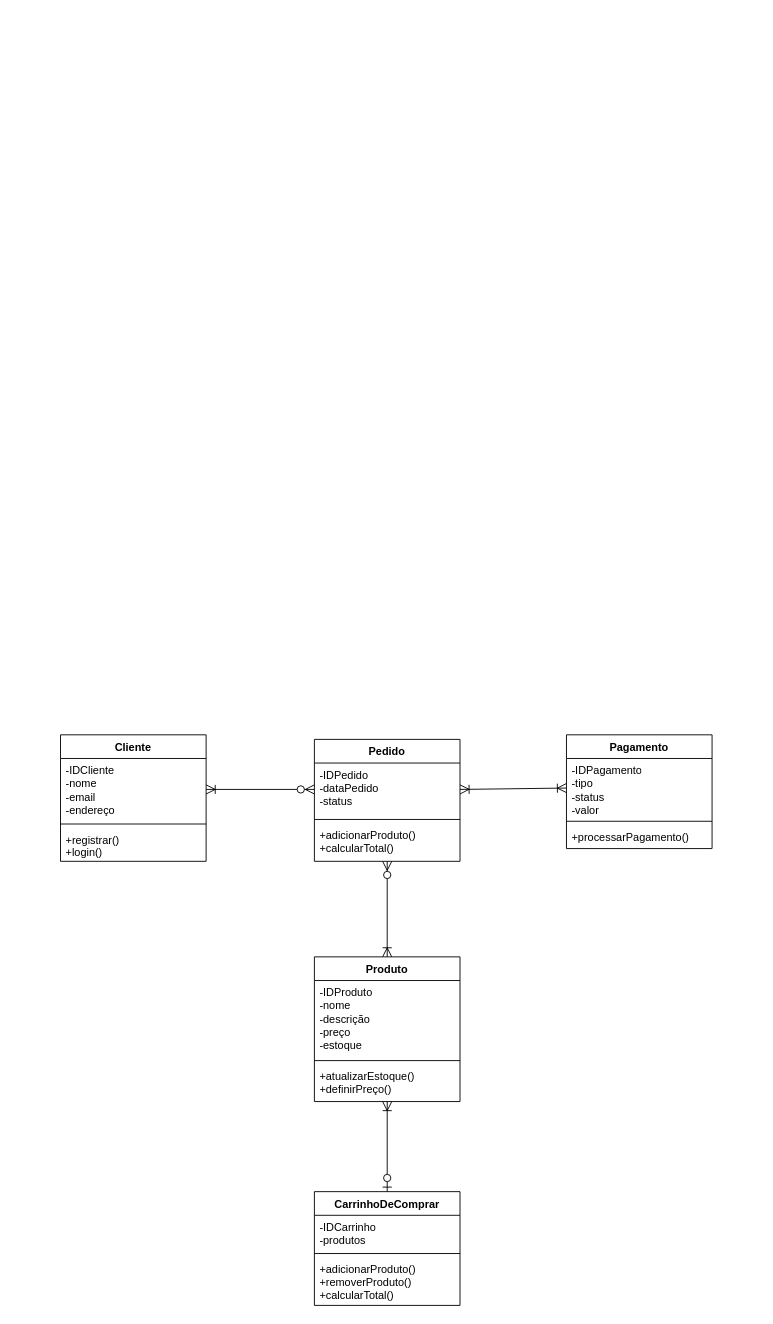
Before: page "DClasse - 02" (2 of 2) of DiagramaDeClasse.drawio in EvelinPaola/Diagramas-Senai-, a draw.io diagram. Source tidied: cells renumbered, new cells numbered last; positions are measured from the earlier drawing's top-left corner, leaving out a move shared by most shapes. Both pictures are drawn from the tidied source at 91%, with x=0, y=0 at pixel (60, 734).
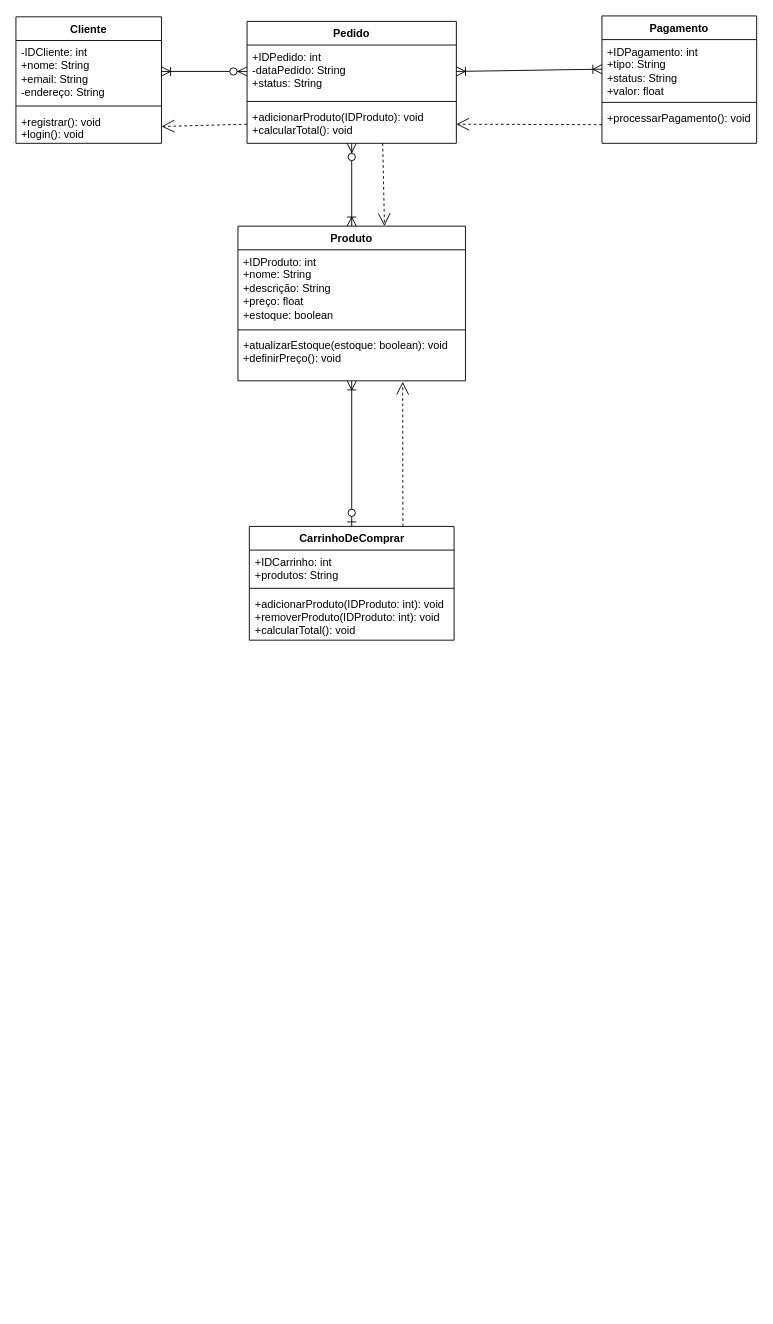
The same page after the edit.

What changed in the source:
```diff
@@
     <mxCell id="2" value="Produto" style="swimlane;fontStyle=1;align=center;verticalAlign=top;horizontal=1;startSize=26;whiteSpace=wrap;html=1;" parent="1" vertex="1">
-      <mxGeometry x="279" y="244" width="160" height="159" as="geometry" />
+      <mxGeometry x="195" y="-559" width="250" height="170" as="geometry" />
     </mxCell>
-    <mxCell id="3" value="-IDProduto&lt;div&gt;-nome&lt;/div&gt;&lt;div&gt;-descrição&lt;/div&gt;&lt;div&gt;-preço&lt;/div&gt;&lt;div&gt;-estoque&lt;/div&gt;" style="text;strokeColor=none;fillColor=none;align=left;verticalAlign=top;spacingLeft=4;spacingRight=4;overflow=hidden;whiteSpace=wrap;html=1;" parent="2" vertex="1">
-      <mxGeometry y="26" width="160" height="84" as="geometry" />
+    <mxCell id="3" value="+IDProduto: int&lt;div&gt;+nome: String&lt;/div&gt;&lt;div&gt;+descrição: String&lt;/div&gt;&lt;div&gt;+preço: float&lt;/div&gt;&lt;div&gt;+estoque: boolean&amp;nbsp;&lt;/div&gt;" style="text;strokeColor=none;fillColor=none;align=left;verticalAlign=top;spacingLeft=4;spacingRight=4;overflow=hidden;whiteSpace=wrap;html=1;" parent="2" vertex="1">
+      <mxGeometry y="26" width="250" height="84" as="geometry" />
     </mxCell>
     <mxCell id="4" style="line;strokeWidth=1;fillColor=none;align=left;verticalAlign=middle;spacingTop=-1;spacingLeft=3;spacingRight=3;labelPosition=right;strokeColor=inherit;" parent="2" vertex="1">
-      <mxGeometry y="110" width="160" height="8" as="geometry" />
+      <mxGeometry y="110" width="250" height="8" as="geometry" />
     </mxCell>
-    <mxCell id="5" value="+atualizarEstoque()&lt;div&gt;+definirPreço()&lt;/div&gt;" style="text;strokeColor=none;fillColor=none;align=left;verticalAlign=top;spacingLeft=4;spacingRight=4;overflow=hidden;points=[[0,0.5],[1,0.5]];portConstraint=eastwest;whiteSpace=wrap;html=1;" parent="2" vertex="1">
-      <mxGeometry y="118" width="160" height="41" as="geometry" />
+    <mxCell id="5" value="+atualizarEstoque(estoque: boolean): void&lt;div&gt;+definirPreço(): void&lt;/div&gt;" style="text;strokeColor=none;fillColor=none;align=left;verticalAlign=top;spacingLeft=4;spacingRight=4;overflow=hidden;points=[[0,0.5],[1,0.5]];portConstraint=eastwest;whiteSpace=wrap;html=1;" parent="2" vertex="1">
+      <mxGeometry y="118" width="250" height="52" as="geometry" />
     </mxCell>
     <mxCell id="6" value="Pedido" style="swimlane;fontStyle=1;align=center;verticalAlign=top;horizontal=1;startSize=26;whiteSpace=wrap;html=1;" parent="1" vertex="1">
-      <mxGeometry x="279" y="5" width="160" height="134" as="geometry" />
+      <mxGeometry x="205" y="-784" width="230" height="134" as="geometry" />
     </mxCell>
-    <mxCell id="7" value="-IDPedido&lt;div&gt;-dataPedido&lt;/div&gt;&lt;div&gt;-status&lt;/div&gt;" style="text;strokeColor=none;fillColor=none;align=left;verticalAlign=top;spacingLeft=4;spacingRight=4;overflow=hidden;points=[[0,0.5],[1,0.5]];portConstraint=eastwest;whiteSpace=wrap;html=1;" parent="6" vertex="1">
-      <mxGeometry y="26" width="160" height="58" as="geometry" />
+    <mxCell id="7" value="+IDPedido: int&lt;div&gt;-dataPedido: String&lt;/div&gt;&lt;div&gt;+status: String&lt;/div&gt;" style="text;strokeColor=none;fillColor=none;align=left;verticalAlign=top;spacingLeft=4;spacingRight=4;overflow=hidden;points=[[0,0.5],[1,0.5]];portConstraint=eastwest;whiteSpace=wrap;html=1;" parent="6" vertex="1">
+      <mxGeometry y="26" width="230" height="58" as="geometry" />
     </mxCell>
     <mxCell id="8" style="line;strokeWidth=1;fillColor=none;align=left;verticalAlign=middle;spacingTop=-1;spacingLeft=3;spacingRight=3;labelPosition=right;strokeColor=inherit;" parent="6" vertex="1">
-      <mxGeometry y="84" width="160" height="8" as="geometry" />
+      <mxGeometry y="84" width="230" height="8" as="geometry" />
     </mxCell>
-    <mxCell id="9" value="+adicionarProduto()&lt;div&gt;+calcularTotal()&lt;/div&gt;" style="text;strokeColor=none;fillColor=none;align=left;verticalAlign=top;spacingLeft=4;spacingRight=4;overflow=hidden;points=[[0,0.5],[1,0.5]];portConstraint=eastwest;whiteSpace=wrap;html=1;" parent="6" vertex="1">
-      <mxGeometry y="92" width="160" height="42" as="geometry" />
+    <mxCell id="9" value="+adicionarProduto(IDProduto): void&lt;div&gt;+calcularTotal(): void&lt;/div&gt;" style="text;strokeColor=none;fillColor=none;align=left;verticalAlign=top;spacingLeft=4;spacingRight=4;overflow=hidden;points=[[0,0.5],[1,0.5]];portConstraint=eastwest;whiteSpace=wrap;html=1;" parent="6" vertex="1">
+      <mxGeometry y="92" width="230" height="42" as="geometry" />
     </mxCell>
     <mxCell id="10" value="Pagamento" style="swimlane;fontStyle=1;align=center;verticalAlign=top;horizontal=1;startSize=26;whiteSpace=wrap;html=1;" parent="1" vertex="1">
-      <mxGeometry x="556" width="160" height="125" as="geometry" />
+      <mxGeometry x="595" y="-790" width="170" height="140" as="geometry" />
     </mxCell>
-    <mxCell id="11" value="-IDPagamento&lt;div&gt;-tipo&lt;/div&gt;&lt;div&gt;-status&lt;/div&gt;&lt;div&gt;-valor&lt;/div&gt;" style="text;strokeColor=none;fillColor=none;align=left;verticalAlign=top;spacingLeft=4;spacingRight=4;overflow=hidden;points=[[0,0.5],[1,0.5]];portConstraint=eastwest;whiteSpace=wrap;html=1;" parent="10" vertex="1">
-      <mxGeometry y="26" width="160" height="65" as="geometry" />
+    <mxCell id="11" value="+IDPagamento: int&lt;div&gt;+tipo: String&lt;/div&gt;&lt;div&gt;+status: String&amp;nbsp;&lt;/div&gt;&lt;div&gt;+valor: float&lt;/div&gt;" style="text;strokeColor=none;fillColor=none;align=left;verticalAlign=top;spacingLeft=4;spacingRight=4;overflow=hidden;points=[[0,0.5],[1,0.5]];portConstraint=eastwest;whiteSpace=wrap;html=1;" parent="10" vertex="1">
+      <mxGeometry y="26" width="170" height="65" as="geometry" />
     </mxCell>
     <mxCell id="12" style="line;strokeWidth=1;fillColor=none;align=left;verticalAlign=middle;spacingTop=-1;spacingLeft=3;spacingRight=3;labelPosition=right;strokeColor=inherit;" parent="10" vertex="1">
-      <mxGeometry y="91" width="160" height="8" as="geometry" />
+      <mxGeometry y="91" width="170" height="8" as="geometry" />
     </mxCell>
-    <mxCell id="13" value="+processarPagamento()" style="text;strokeColor=none;fillColor=none;align=left;verticalAlign=top;spacingLeft=4;spacingRight=4;overflow=hidden;points=[[0,0.5],[1,0.5]];portConstraint=eastwest;whiteSpace=wrap;html=1;" parent="10" vertex="1">
-      <mxGeometry y="99" width="160" height="26" as="geometry" />
+    <mxCell id="13" value="+processarPagamento(): void" style="text;strokeColor=none;fillColor=none;align=left;verticalAlign=top;spacingLeft=4;spacingRight=4;overflow=hidden;points=[[0,0.5],[1,0.5]];portConstraint=eastwest;whiteSpace=wrap;html=1;" parent="10" vertex="1">
+      <mxGeometry y="99" width="170" height="41" as="geometry" />
     </mxCell>
     <mxCell id="14" value="CarrinhoDeComprar" style="swimlane;fontStyle=1;align=center;verticalAlign=top;horizontal=1;startSize=26;whiteSpace=wrap;html=1;" parent="1" vertex="1">
-      <mxGeometry x="279" y="502" width="160" height="125" as="geometry" />
+      <mxGeometry x="207.5" y="-229" width="225" height="125" as="geometry" />
     </mxCell>
-    <mxCell id="15" value="-IDCarrinho&lt;div&gt;-produtos&lt;/div&gt;" style="text;strokeColor=none;fillColor=none;align=left;verticalAlign=top;spacingLeft=4;spacingRight=4;overflow=hidden;whiteSpace=wrap;html=1;" parent="14" vertex="1">
-      <mxGeometry y="26" width="160" height="38" as="geometry" />
+    <mxCell id="15" value="+IDCarrinho: int&lt;div&gt;+produtos: String&lt;/div&gt;" style="text;strokeColor=none;fillColor=none;align=left;verticalAlign=top;spacingLeft=4;spacingRight=4;overflow=hidden;whiteSpace=wrap;html=1;" parent="14" vertex="1">
+      <mxGeometry y="26" width="225" height="38" as="geometry" />
     </mxCell>
     <mxCell id="16" style="line;strokeWidth=1;fillColor=none;align=left;verticalAlign=middle;spacingTop=-1;spacingLeft=3;spacingRight=3;labelPosition=right;strokeColor=inherit;" parent="14" vertex="1">
-      <mxGeometry y="64" width="160" height="8" as="geometry" />
+      <mxGeometry y="64" width="225" height="8" as="geometry" />
     </mxCell>
-    <mxCell id="17" value="+adicionarProduto()&lt;div&gt;+removerProduto()&lt;/div&gt;&lt;div&gt;+calcularTotal()&lt;/div&gt;" style="text;strokeColor=none;fillColor=none;align=left;verticalAlign=top;spacingLeft=4;spacingRight=4;overflow=hidden;whiteSpace=wrap;html=1;" parent="14" vertex="1">
-      <mxGeometry y="72" width="160" height="53" as="geometry" />
+    <mxCell id="17" value="+adicionarProduto(IDProduto: int): void&lt;div&gt;+removerProduto(IDProduto: int): void&lt;/div&gt;&lt;div&gt;+calcularTotal(): void&lt;/div&gt;" style="text;strokeColor=none;fillColor=none;align=left;verticalAlign=top;spacingLeft=4;spacingRight=4;overflow=hidden;whiteSpace=wrap;html=1;" parent="14" vertex="1">
+      <mxGeometry y="72" width="225" height="53" as="geometry" />
     </mxCell>
     <mxCell id="18" value="Cliente" style="swimlane;fontStyle=1;align=center;verticalAlign=top;horizontal=1;startSize=26;whiteSpace=wrap;html=1;" parent="1" vertex="1">
-      <mxGeometry width="160" height="139" as="geometry" />
+      <mxGeometry x="-49" y="-789" width="160" height="139" as="geometry" />
     </mxCell>
-    <mxCell id="19" value="-IDCliente&amp;nbsp;&lt;div&gt;-nome&lt;/div&gt;&lt;div&gt;-email&lt;/div&gt;&lt;div&gt;-endereço&lt;/div&gt;" style="text;strokeColor=none;fillColor=none;align=left;verticalAlign=top;spacingLeft=4;spacingRight=4;overflow=hidden;points=[[0,0.5],[1,0.5]];portConstraint=eastwest;whiteSpace=wrap;html=1;" parent="18" vertex="1">
+    <mxCell id="19" value="-IDCliente: int&amp;nbsp;&lt;div&gt;+nome: String&lt;/div&gt;&lt;div&gt;+email: String&lt;/div&gt;&lt;div&gt;-endereço: String&lt;/div&gt;" style="text;strokeColor=none;fillColor=none;align=left;verticalAlign=top;spacingLeft=4;spacingRight=4;overflow=hidden;points=[[0,0.5],[1,0.5]];portConstraint=eastwest;whiteSpace=wrap;html=1;" parent="18" vertex="1">
       <mxGeometry y="26" width="160" height="68" as="geometry" />
     </mxCell>
@@
-    <mxCell id="21" value="+registrar()&lt;div&gt;+login()&lt;/div&gt;" style="text;strokeColor=none;fillColor=none;align=left;verticalAlign=top;spacingLeft=4;spacingRight=4;overflow=hidden;points=[[0,0.5],[1,0.5]];portConstraint=eastwest;whiteSpace=wrap;html=1;" parent="18" vertex="1">
+    <mxCell id="21" value="+registrar(): void&lt;div&gt;+login(): void&lt;/div&gt;" style="text;strokeColor=none;fillColor=none;align=left;verticalAlign=top;spacingLeft=4;spacingRight=4;overflow=hidden;points=[[0,0.5],[1,0.5]];portConstraint=eastwest;whiteSpace=wrap;html=1;" parent="18" vertex="1">
       <mxGeometry y="102" width="160" height="37" as="geometry" />
     </mxCell>
@@
+    <mxCell id="26" style="endArrow=open;endSize=12;dashed=1;html=1;rounded=0;entryX=1;entryY=0.5;entryDx=0;entryDy=0;exitX=0;exitY=0.5;exitDx=0;exitDy=0;" parent="1" edge="1" source="13" target="9">
+      <mxGeometry relative="1" as="geometry" />
+    </mxCell>
+    <mxCell id="27" style="endArrow=open;endSize=12;dashed=1;html=1;rounded=0;entryX=0.724;entryY=1.019;entryDx=0;entryDy=0;entryPerimeter=0;exitX=0.75;exitY=0;exitDx=0;exitDy=0;" parent="1" edge="1" source="14" target="5">
+      <mxGeometry relative="1" as="geometry" />
+    </mxCell>
+    <mxCell id="28" style="endArrow=open;endSize=12;dashed=1;html=1;rounded=0;exitX=0;exitY=0.5;exitDx=0;exitDy=0;entryX=1;entryY=0.5;entryDx=0;entryDy=0;" parent="1" edge="1" source="9" target="21">
+      <mxGeometry relative="1" as="geometry" />
+    </mxCell>
+    <mxCell id="29" style="endArrow=open;endSize=12;dashed=1;html=1;rounded=0;exitX=0.648;exitY=1;exitDx=0;exitDy=0;exitPerimeter=0;entryX=0.644;entryY=0;entryDx=0;entryDy=0;entryPerimeter=0;" parent="1" edge="1" source="9" target="2">
+      <mxGeometry relative="1" as="geometry" />
+    </mxCell>
```
